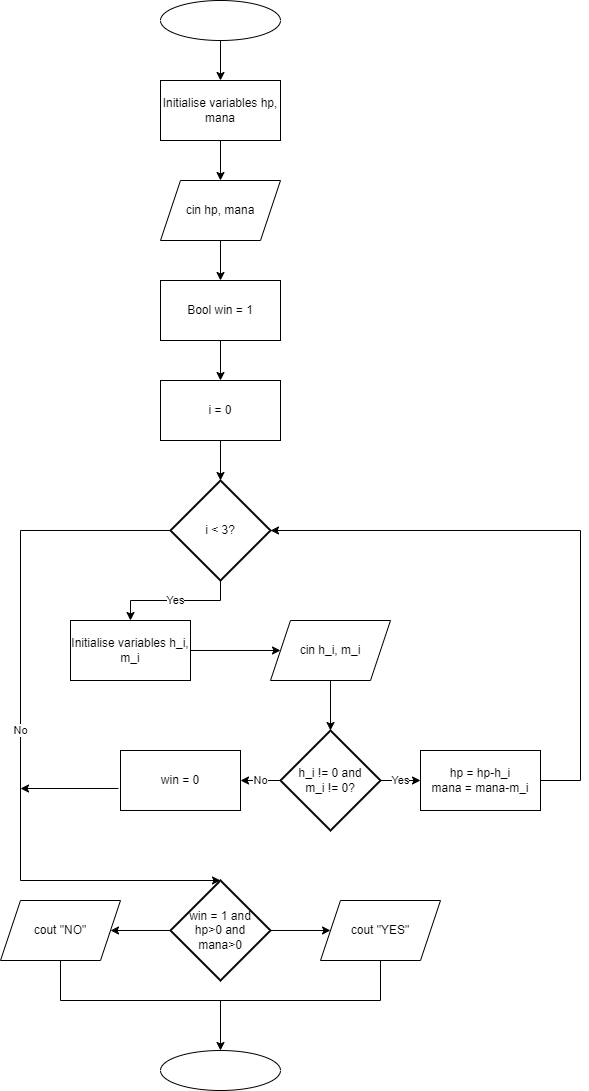
Before: ai_11/kornilov_artem/epic2/algotester_lab_1_variant_1_artem_kornilov.drawio.png, a diagram exported from draw.io (artificial-intelligence-department/ai_programming_playground_2024). Source tidied: cells renumbered, new cells last; positions are measured from the earlier drawing's top-left corner, leaving out a move shared by most shapes.
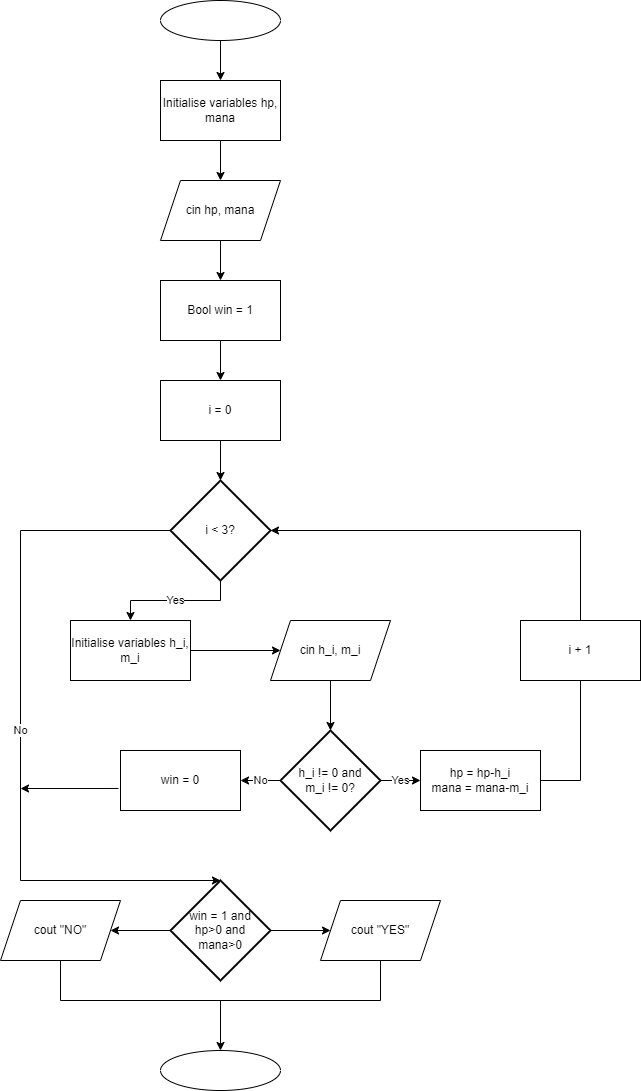
The same diagram one commit later.

The edit, as a diff of the source:
```diff
@@ -122,5 +122,8 @@
         <mxPoint x="220" y="1000" as="sourcePoint" />
       </mxGeometry>
     </mxCell>
+    <mxCell id="34" value="i + 1" style="rounded=0;whiteSpace=wrap;html=1;" parent="1" vertex="1">
+      <mxGeometry x="520" y="620" width="120" height="60" as="geometry" />
+    </mxCell>
   </root>
 </mxGraphModel>
```
